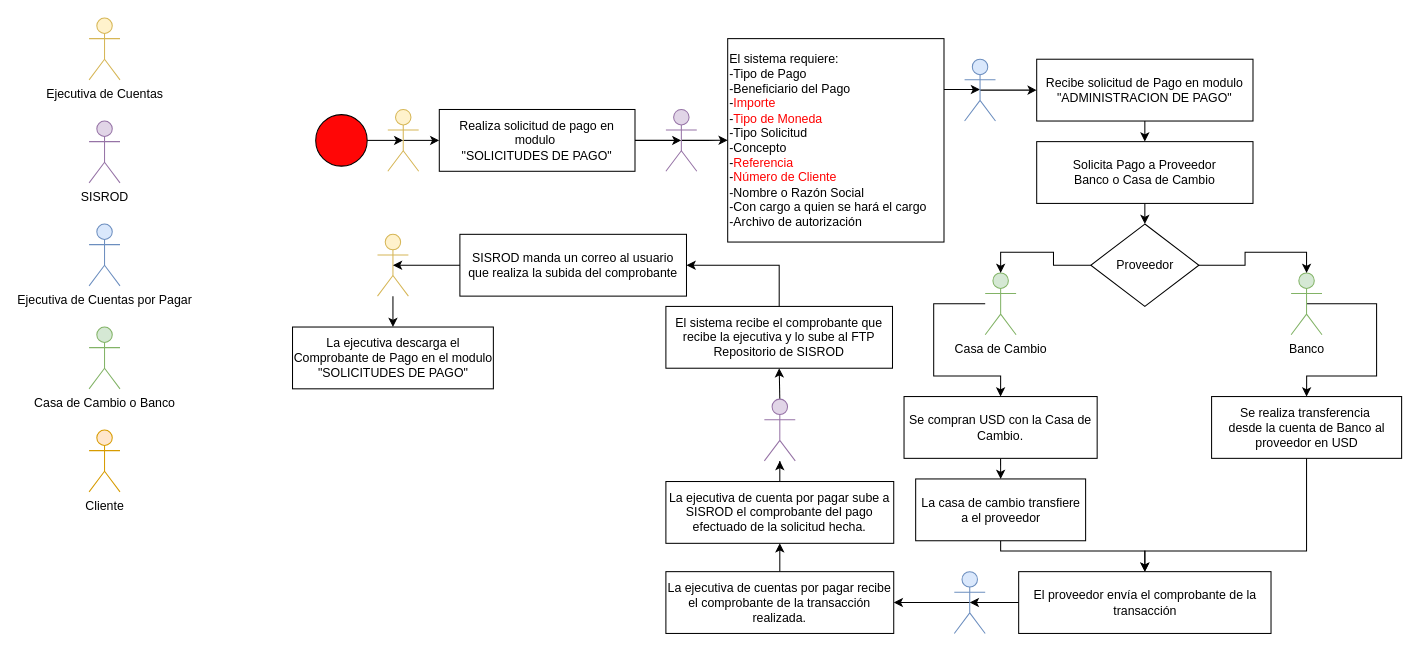
The draw.io diagram Envio de Comprobante de Dolares en Solicitudes de Pago/Proceso Actual.drawio in GeersonMena/DiagramasDraw, before the edit. Source tidied: cells renumbered, new cells numbered last; positions are measured from the earlier drawing's top-left corner, leaving out a move shared by most shapes. Both pictures are drawn from the tidied source at 103%, with x=0, y=0 at pixel (89, 18).
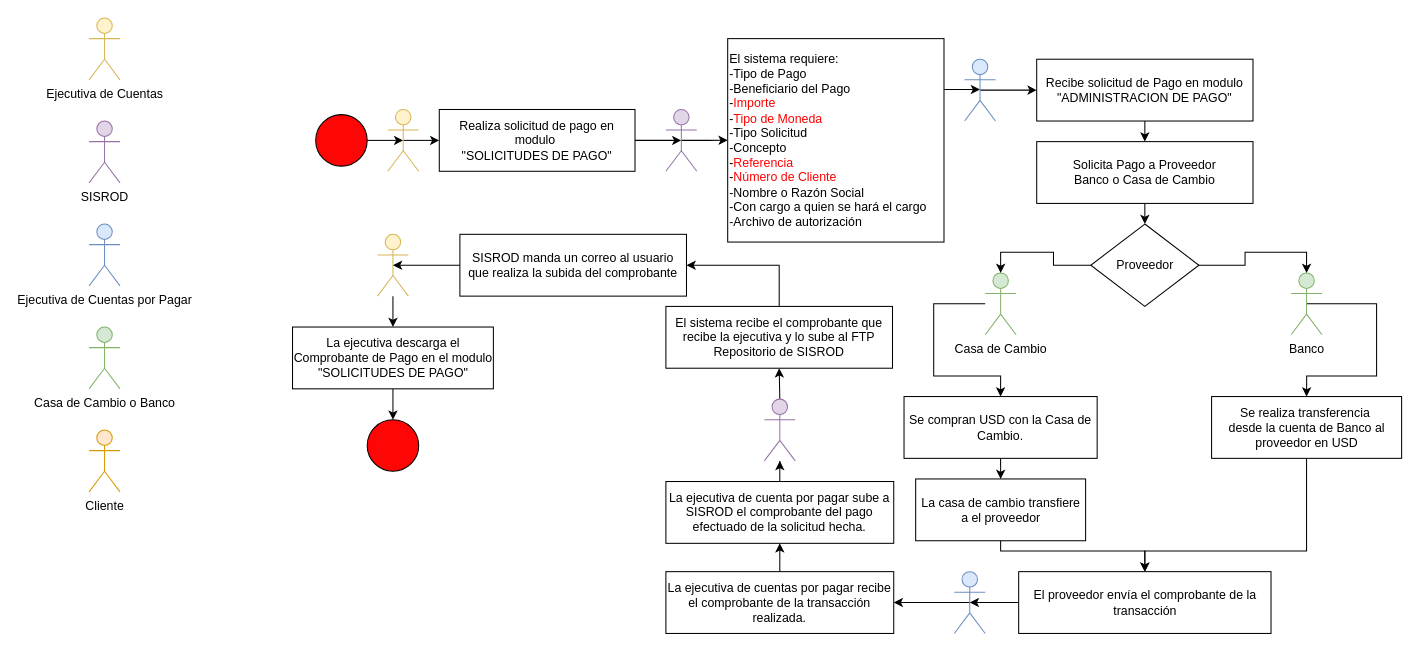
Above is the later version.

The change refers to these unchanged cells:
```xml
<mxCell id="51" value="La ejecutiva descarga el Comprobante de Pago en el modulo &quot;SOLICITUDES DE PAGO&quot;" style="rounded=0;whiteSpace=wrap;html=1;" parent="1" vertex="1">
  <mxGeometry x="197.5" y="300" width="195" height="60" as="geometry" />
</mxCell>
```

What changed in the source:
```diff
@@
+    <mxCell id="53" style="edgeStyle=orthogonalEdgeStyle;rounded=0;jettySize=auto;html=1;exitX=0.5;exitY=1;exitDx=0;exitDy=0;entryX=0.5;entryY=0;entryDx=0;entryDy=0;" parent="1" edge="1" source="51" target="54">
+      <mxGeometry relative="1" as="geometry" />
+    </mxCell>
@@
+    <mxCell id="54" style="ellipse;whiteSpace=wrap;html=1;fillColor=#FF0606;" parent="1" vertex="1">
+      <mxGeometry x="270" y="390" width="50" height="50" as="geometry" />
+    </mxCell>
```
